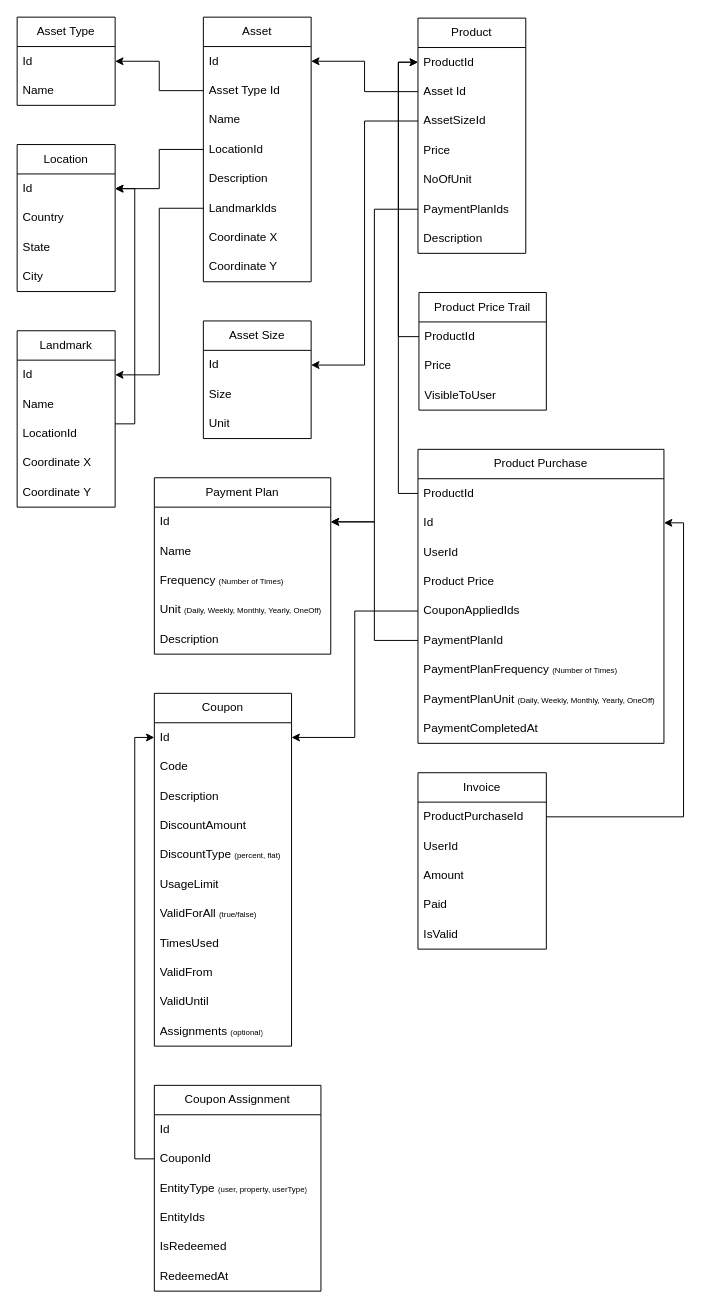
The draw.io diagram sellperty.drawio in isaac-code/diagrams, before the edit. Source tidied: cells renumbered, new cells numbered last; positions are measured from the earlier drawing's top-left corner, leaving out a move shared by most shapes. Both pictures are drawn from the tidied source at 98%, with x=0, y=0 at pixel (17, 17).
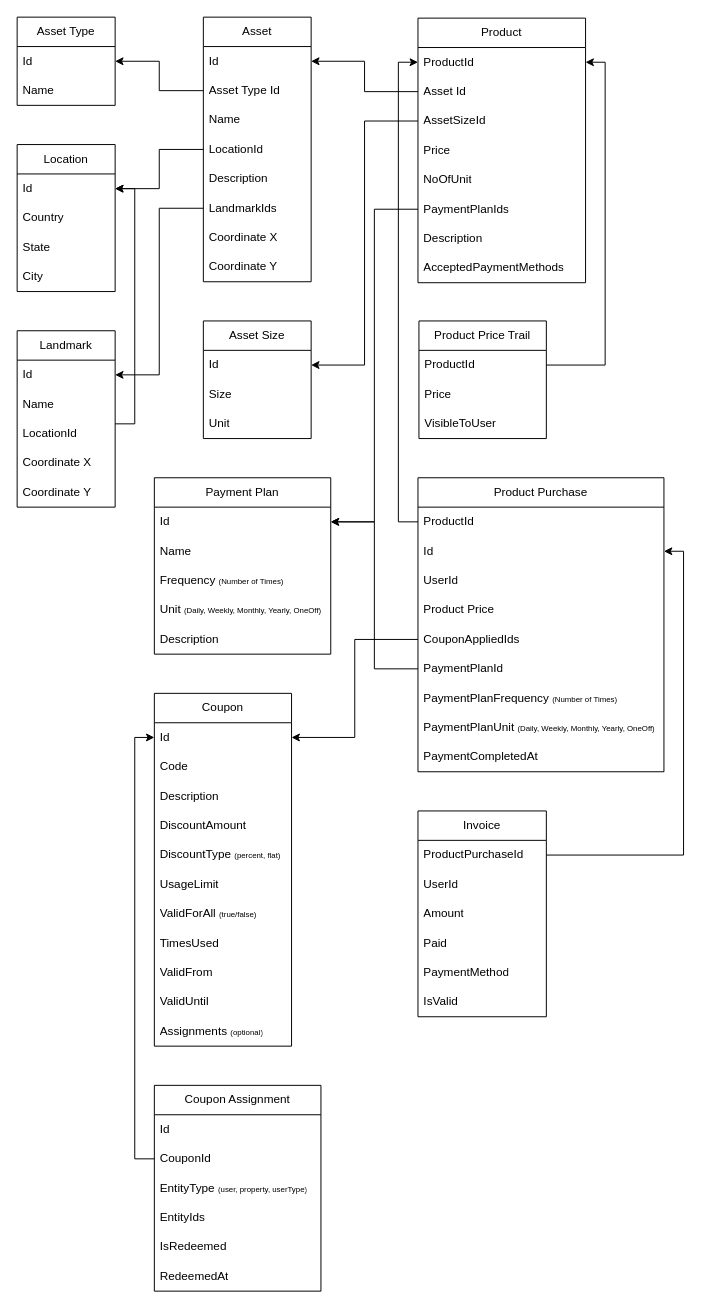
After the change.

Commit message:
add payment methods

The change refers to these unchanged cells:
```xml
<mxCell id="44" value="ProductId" style="text;strokeColor=none;fillColor=none;align=left;verticalAlign=middle;spacingLeft=4;spacingRight=4;overflow=hidden;points=[[0,0.5],[1,0.5]];portConstraint=eastwest;whiteSpace=wrap;html=1;" parent="43" vertex="1">
  <mxGeometry y="30" width="130" height="30" as="geometry" />
</mxCell>
```

Change to the diagram source:
```diff
@@
     <mxCell id="29" value="Product" style="swimlane;fontStyle=0;horizontal=1;startSize=30;whiteSpace=wrap;html=1;" parent="1" vertex="1">
-      <mxGeometry x="409" y="1" width="110" height="240" as="geometry" />
+      <mxGeometry x="409" y="1" width="171" height="270" as="geometry" />
     </mxCell>
     <mxCell id="30" value="ProductId" style="text;strokeColor=none;fillColor=none;align=left;verticalAlign=middle;spacingLeft=4;spacingRight=4;overflow=hidden;points=[[0,0.5],[1,0.5]];portConstraint=eastwest;whiteSpace=wrap;html=1;" parent="29" vertex="1">
-      <mxGeometry y="30" width="110" height="30" as="geometry" />
+      <mxGeometry y="30" width="171" height="30" as="geometry" />
     </mxCell>
     <mxCell id="31" value="Asset Id" style="text;strokeColor=none;fillColor=none;align=left;verticalAlign=middle;spacingLeft=4;spacingRight=4;overflow=hidden;points=[[0,0.5],[1,0.5]];portConstraint=eastwest;whiteSpace=wrap;html=1;" parent="29" vertex="1">
-      <mxGeometry y="60" width="110" height="30" as="geometry" />
+      <mxGeometry y="60" width="171" height="30" as="geometry" />
     </mxCell>
     <mxCell id="32" value="AssetSizeId" style="text;strokeColor=none;fillColor=none;align=left;verticalAlign=middle;spacingLeft=4;spacingRight=4;overflow=hidden;points=[[0,0.5],[1,0.5]];portConstraint=eastwest;whiteSpace=wrap;html=1;" parent="29" vertex="1">
-      <mxGeometry y="90" width="110" height="30" as="geometry" />
+      <mxGeometry y="90" width="171" height="30" as="geometry" />
     </mxCell>
     <mxCell id="33" value="Price" style="text;strokeColor=none;fillColor=none;align=left;verticalAlign=middle;spacingLeft=4;spacingRight=4;overflow=hidden;whiteSpace=wrap;html=1;" parent="29" vertex="1">
-      <mxGeometry y="120" width="110" height="30" as="geometry" />
+      <mxGeometry y="120" width="171" height="30" as="geometry" />
     </mxCell>
     <mxCell id="34" value="NoOfUnit" style="text;strokeColor=none;fillColor=none;align=left;verticalAlign=middle;spacingLeft=4;spacingRight=4;overflow=hidden;whiteSpace=wrap;html=1;" parent="29" vertex="1">
-      <mxGeometry y="150" width="110" height="30" as="geometry" />
+      <mxGeometry y="150" width="171" height="30" as="geometry" />
     </mxCell>
     <mxCell id="35" value="PaymentPlanIds" style="text;strokeColor=none;fillColor=none;align=left;verticalAlign=middle;spacingLeft=4;spacingRight=4;overflow=hidden;points=[[0,0.5],[1,0.5]];portConstraint=eastwest;whiteSpace=wrap;html=1;" parent="29" vertex="1">
-      <mxGeometry y="180" width="110" height="30" as="geometry" />
+      <mxGeometry y="180" width="171" height="30" as="geometry" />
     </mxCell>
     <mxCell id="36" value="Description" style="text;strokeColor=none;fillColor=none;align=left;verticalAlign=middle;spacingLeft=4;spacingRight=4;overflow=hidden;whiteSpace=wrap;html=1;" parent="29" vertex="1">
-      <mxGeometry y="210" width="110" height="30" as="geometry" />
+      <mxGeometry y="210" width="171" height="30" as="geometry" />
     </mxCell>
+    <mxCell id="95" value="AcceptedPaymentMethods" style="text;strokeColor=none;fillColor=none;align=left;verticalAlign=middle;spacingLeft=4;spacingRight=4;overflow=hidden;whiteSpace=wrap;html=1;" parent="29" vertex="1">
+      <mxGeometry y="240" width="171" height="30" as="geometry" />
+    </mxCell>
@@
     <mxCell id="43" value="Product Price Trail" style="swimlane;fontStyle=0;horizontal=1;startSize=30;whiteSpace=wrap;html=1;" parent="1" vertex="1">
-      <mxGeometry x="410" y="281" width="130" height="120" as="geometry" />
+      <mxGeometry x="410" y="310" width="130" height="120" as="geometry" />
     </mxCell>
@@
     <mxCell id="52" value="Product Purchase" style="swimlane;fontStyle=0;horizontal=1;startSize=30;whiteSpace=wrap;html=1;" parent="1" vertex="1">
-      <mxGeometry x="409" y="441" width="251" height="300" as="geometry" />
+      <mxGeometry x="409" y="470" width="251" height="300" as="geometry" />
     </mxCell>
@@
-    <mxCell id="62" style="edgeStyle=orthogonalEdgeStyle;rounded=0;jettySize=auto;html=1;entryX=0;entryY=0.5;entryDx=0;entryDy=0;" parent="1" edge="1" source="44" target="30">
-      <mxGeometry relative="1" as="geometry" />
-    </mxCell>
     <mxCell id="63" value="Invoice" style="swimlane;fontStyle=0;horizontal=1;startSize=30;whiteSpace=wrap;html=1;" parent="1" vertex="1">
-      <mxGeometry x="409" y="771" width="131" height="180" as="geometry" />
+      <mxGeometry x="409" y="810" width="131" height="210" as="geometry" />
     </mxCell>
@@
+    <mxCell id="96" value="PaymentMethod" style="text;strokeColor=none;fillColor=none;align=left;verticalAlign=middle;spacingLeft=4;spacingRight=4;overflow=hidden;whiteSpace=wrap;html=1;" parent="63" vertex="1">
+      <mxGeometry y="150" width="131" height="30" as="geometry" />
+    </mxCell>
     <mxCell id="68" value="IsValid" style="text;strokeColor=none;fillColor=none;align=left;verticalAlign=middle;spacingLeft=4;spacingRight=4;overflow=hidden;whiteSpace=wrap;html=1;" parent="63" vertex="1">
-      <mxGeometry y="150" width="131" height="30" as="geometry" />
+      <mxGeometry y="180" width="131" height="30" as="geometry" />
     </mxCell>
@@
+    <mxCell id="62" style="edgeStyle=orthogonalEdgeStyle;rounded=0;jettySize=auto;html=1;entryX=1;entryY=0.5;entryDx=0;entryDy=0;" parent="1" edge="1" source="44" target="30">
+      <mxGeometry relative="1" as="geometry" />
+    </mxCell>
```
